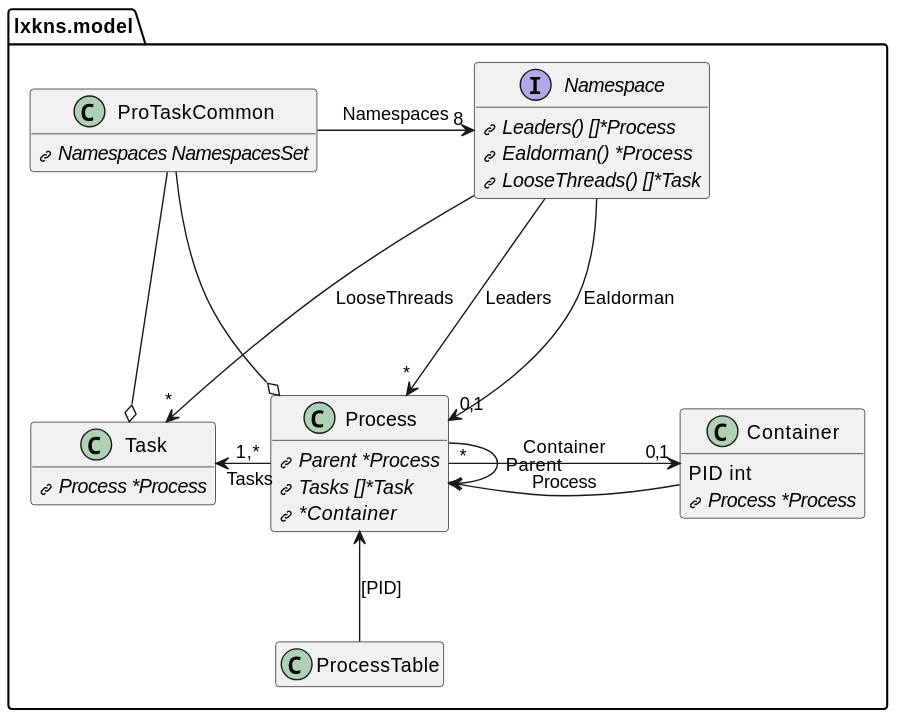
Before: docs/_images/lxkns-processes.svg, a diagram exported from PlantUML (thediveo/lxkns).
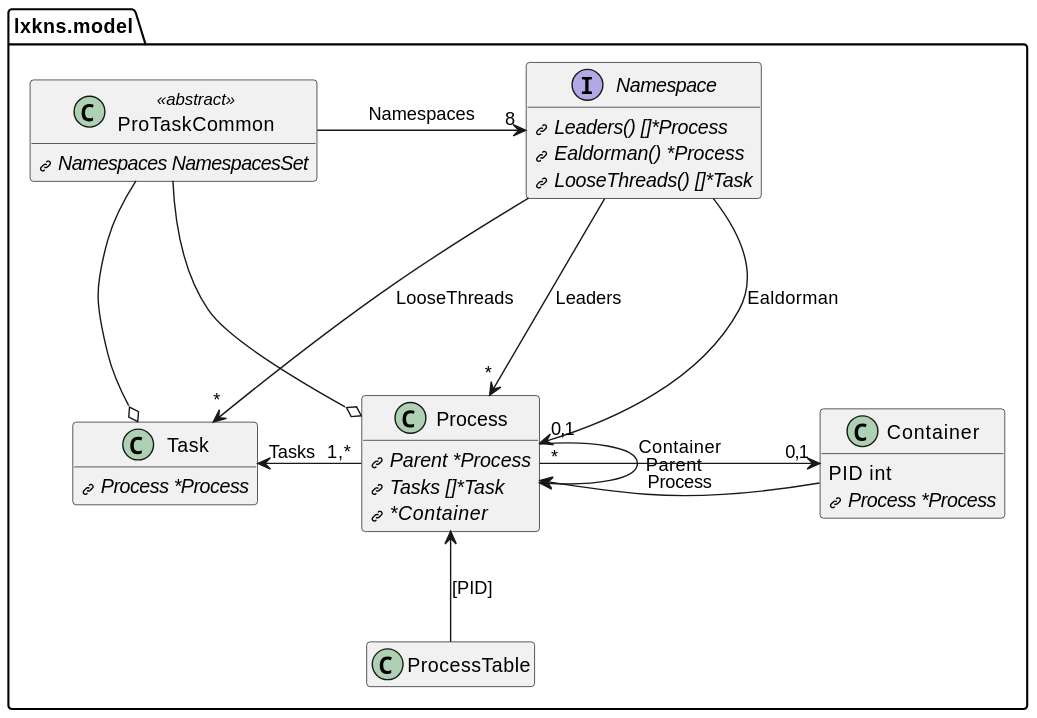
The same diagram one commit later.

Change to the diagram source:
```diff
@@ -1,4 +1,5 @@
 @startuml lxkns-processes
+skinparam nodesep 70
 hide empty fields
 hide empty methods
 !define L <size:12><&link-intact></size><i>
@@ -18,7 +19,7 @@
 class ProcessTable
 Process <-- ProcessTable : "[PID]"
 
-class ProTaskCommon {
+class ProTaskCommon <<abstract>> {
   L Namespaces NamespacesSet
 }
 
```
